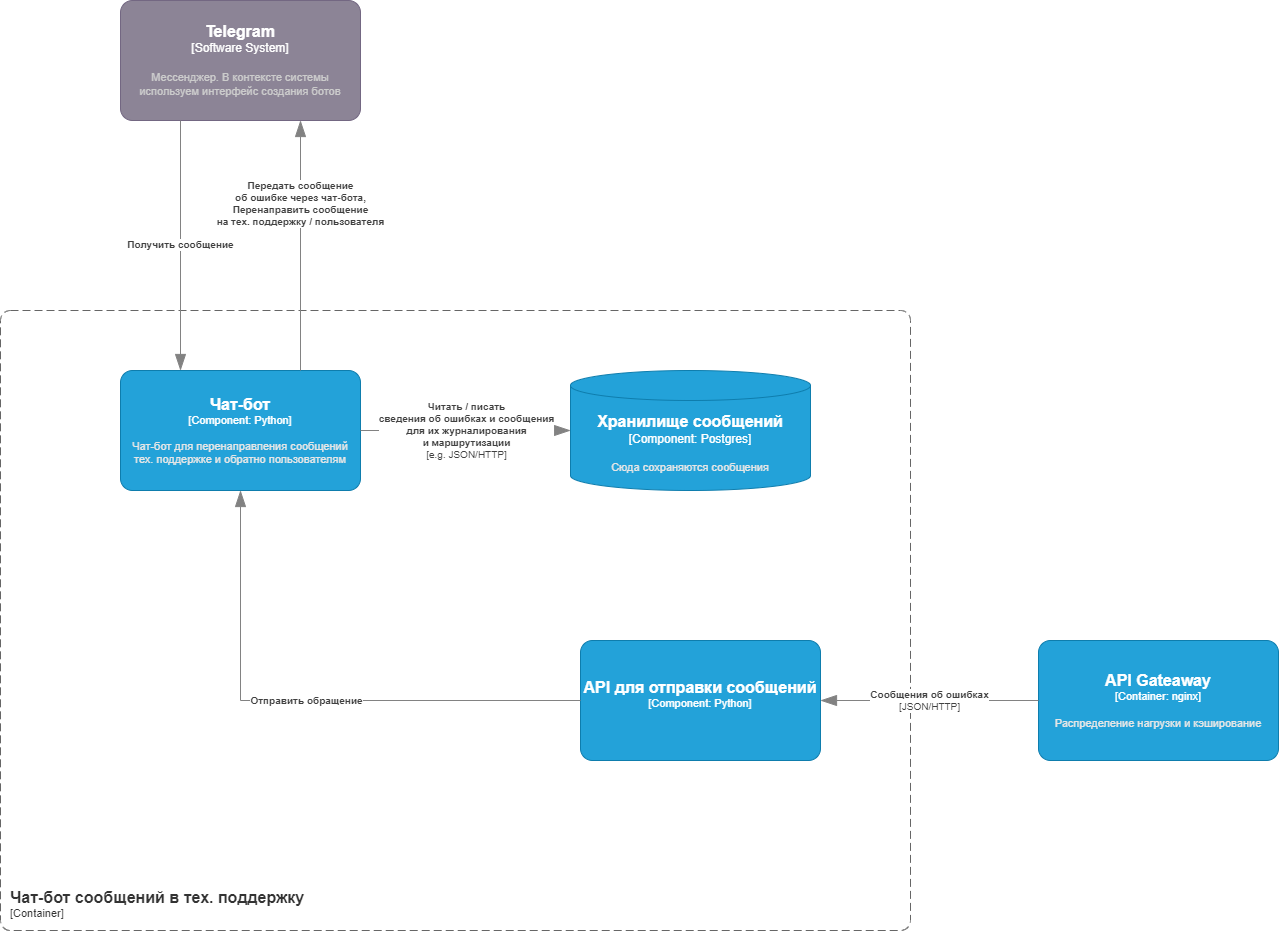
This is Lab Work №2/docs/SSAD 2-4.png from yunas-x/Diploma, a draw.io export, as it was before one commit. Source tidied: cells renumbered, new cells last; positions are measured from the earlier drawing's top-left corner, leaving out a move shared by most shapes.
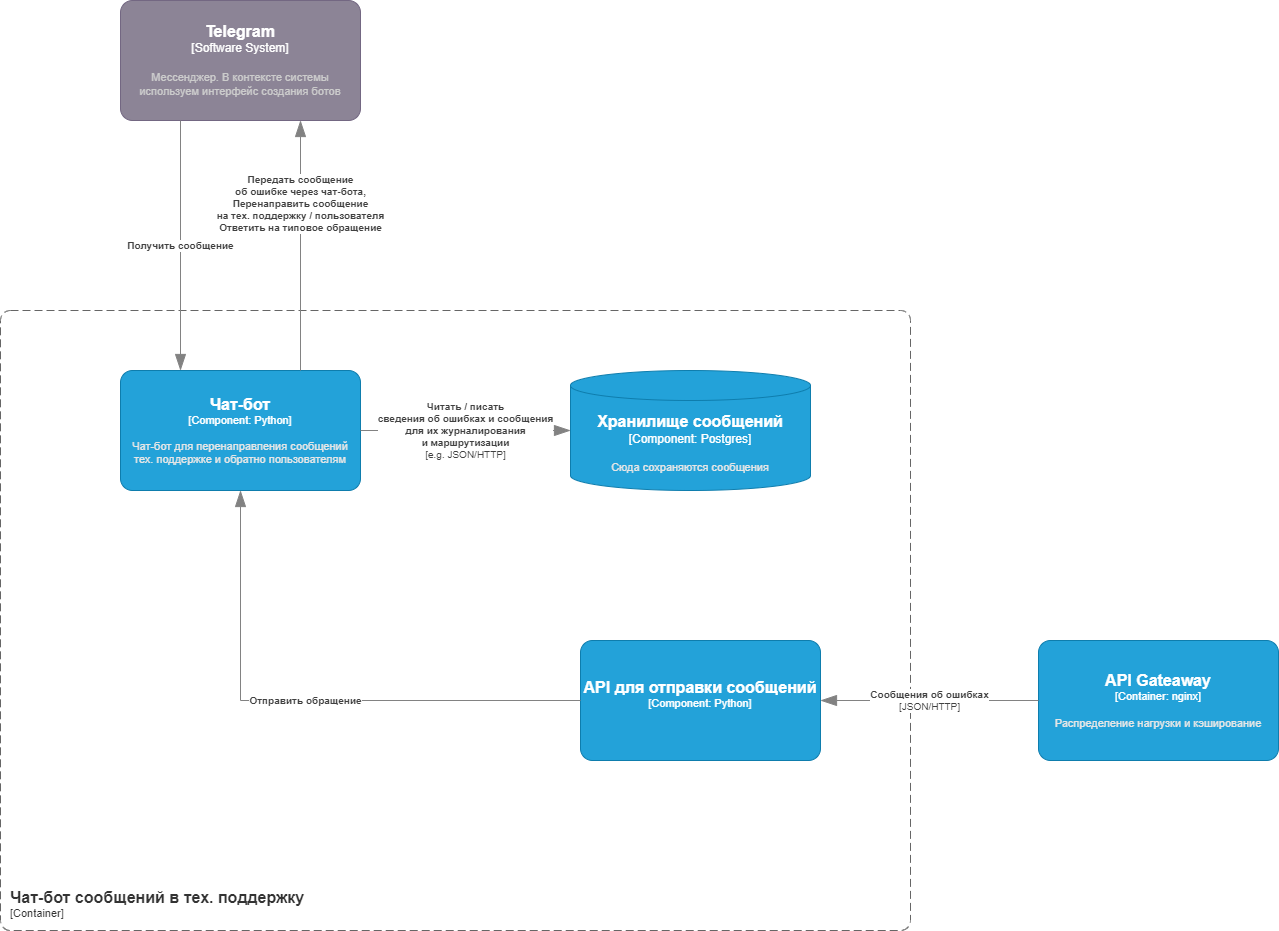
Above is the later version.

What changed in the source:
```diff
@@ -42,7 +42,7 @@
         <mxGeometry x="120" width="240" height="120" as="geometry" />
       </mxCell>
     </object>
-    <object id="10" label="&lt;div style=&quot;text-align: left&quot;&gt;&lt;div style=&quot;text-align: center&quot;&gt;&lt;b&gt;%c4Description%&lt;/b&gt;&lt;/div&gt;" c4Description="Передать сообщение &#10;об ошибке через чат-бота,&#10;Перенаправить сообщение&#10;на тех. поддержку / пользователя" c4Type="Relationship" placeholders="1">
+    <object id="10" label="&lt;div style=&quot;text-align: left&quot;&gt;&lt;div style=&quot;text-align: center&quot;&gt;&lt;b&gt;%c4Description%&lt;/b&gt;&lt;/div&gt;" c4Description="Передать сообщение &#10;об ошибке через чат-бота,&#10;Перенаправить сообщение&#10;на тех. поддержку / пользователя&#10;Ответить на типовое обращение" c4Type="Relationship" placeholders="1">
       <mxCell style="endArrow=blockThin;html=1;fontSize=10;fontColor=#404040;strokeWidth=1;endFill=1;strokeColor=#828282;elbow=vertical;endSize=14;startSize=14;jumpStyle=arc;jumpSize=16;rounded=0;edgeStyle=orthogonalEdgeStyle;exitX=0.75;exitY=0;exitDx=0;exitDy=0;exitPerimeter=0;" parent="1" edge="1" source="3" target="9">
         <mxGeometry x="0.33" relative="1" as="geometry">
           <Array as="points">
```
